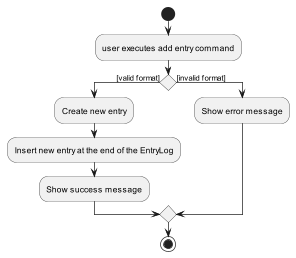
Earlier version of the PlantUML export docs/static/AddCommandActivityDiagram.png (nus-cs2113-AY2223S2/tp).
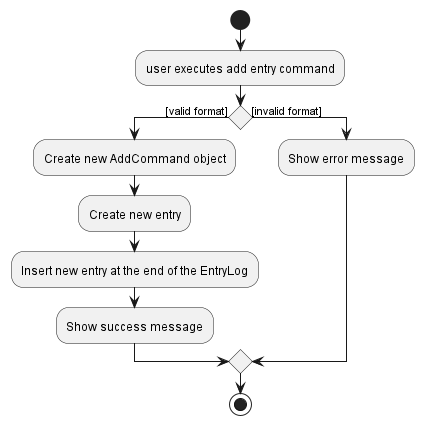
The same file after the commit.

Change to the diagram source:
```diff
@@ -3,6 +3,7 @@
 start
 :user executes add entry command;
     if () then ([valid format])
+      :Create new AddCommand object;
       :Create new entry;
       :Insert new entry at the end of the EntryLog;
       :Show success message;
```
